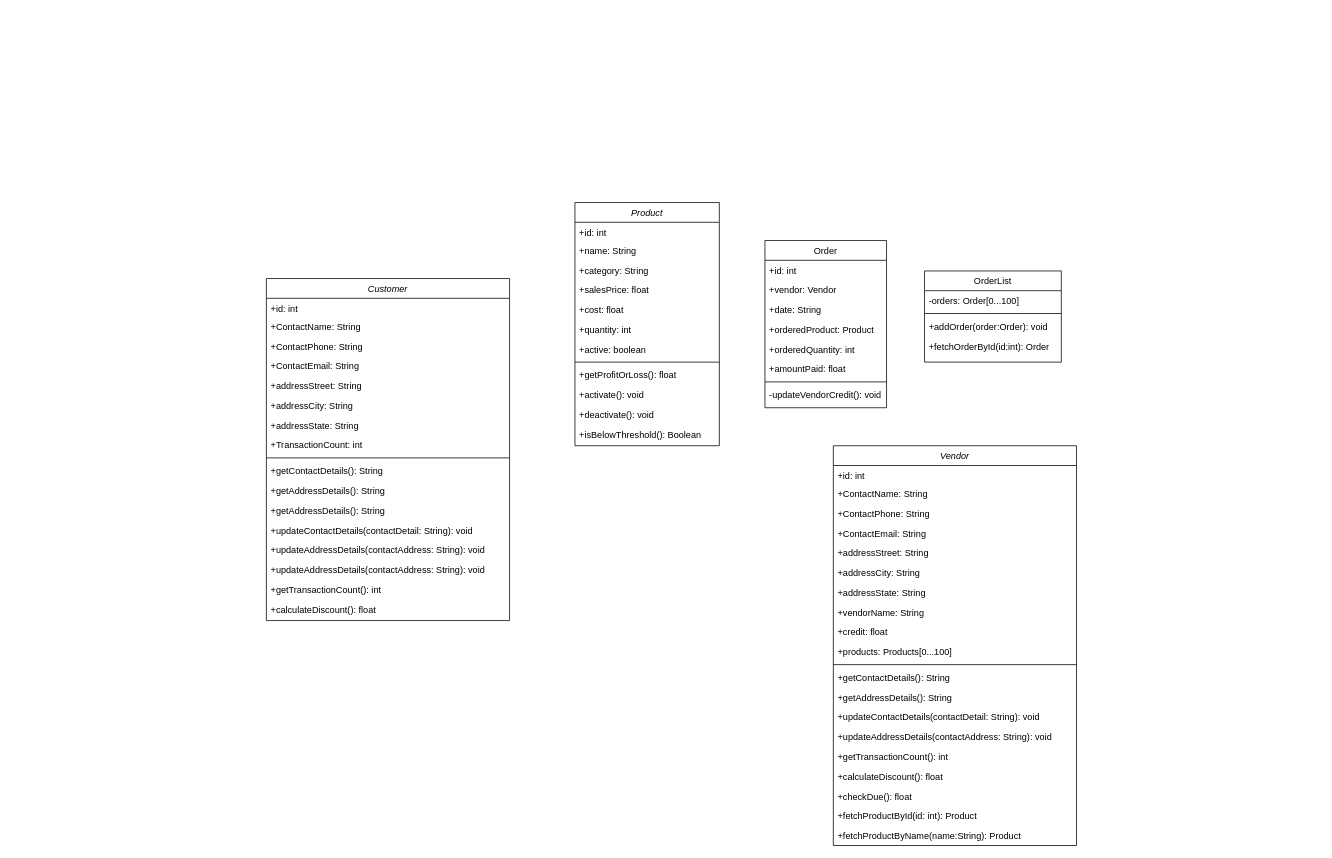
This is Untitled Diagram.drawio from SanjayZeO/IMS, a draw.io file, before an edit. Source tidied: cells renumbered, new cells numbered last; positions are measured from the earlier drawing's top-left corner, leaving out a move shared by most shapes. Both pictures are drawn from the tidied source at 76%, with x=0, y=0 at pixel (266, 202).
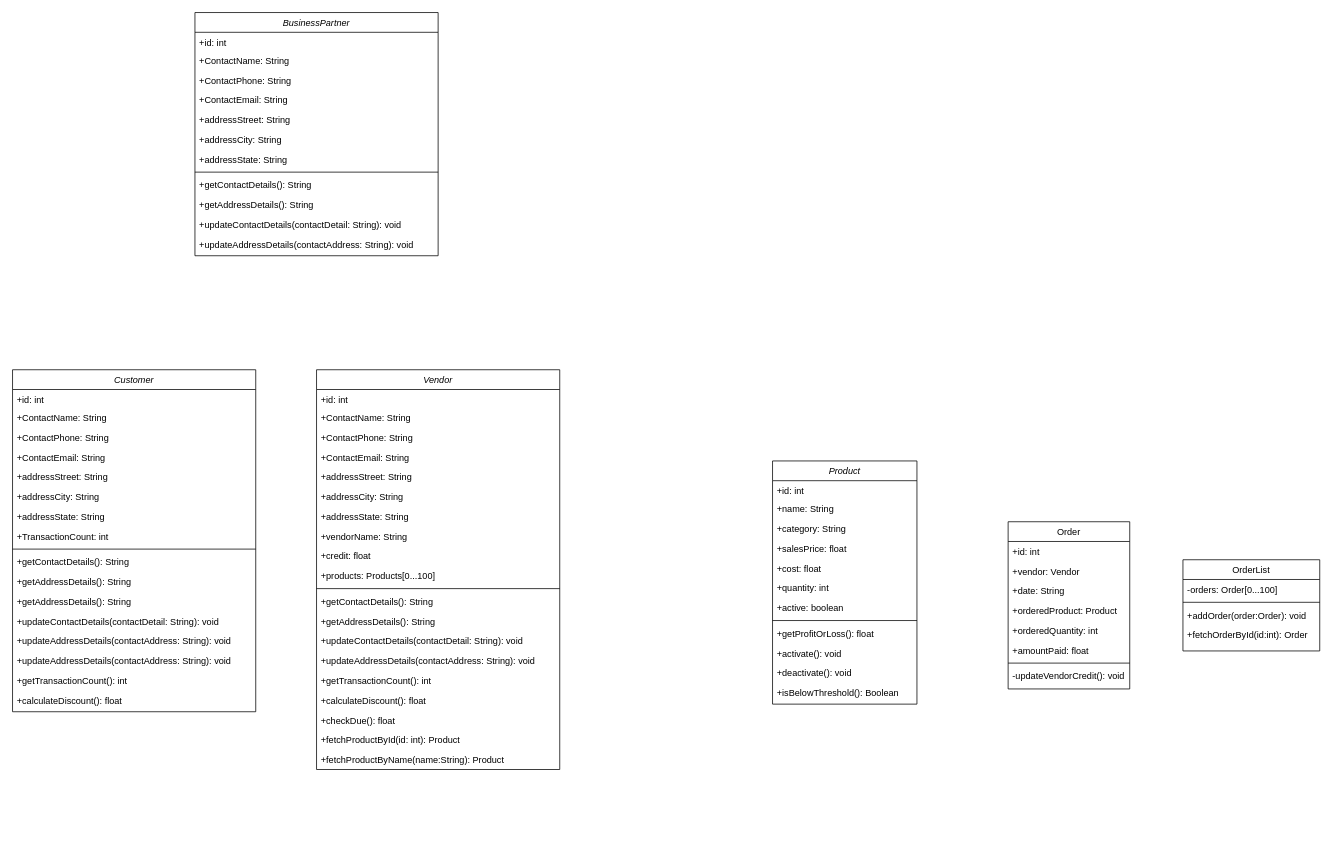
After the change.

The edit, as a diff of the source:
```diff
@@
     <mxCell id="2" value="Customer" style="swimlane;fontStyle=2;align=center;verticalAlign=top;horizontal=1;startSize=26;rounded=0;shadow=0;strokeWidth=1;" parent="1" vertex="1">
-      <mxGeometry y="100" width="320" height="450" as="geometry" />
+      <mxGeometry x="-334" y="220" width="320" height="450" as="geometry" />
     </mxCell>
@@
     <mxCell id="20" value="Order" style="swimlane;fontStyle=0;align=center;verticalAlign=top;horizontal=1;startSize=26;rounded=0;shadow=0;strokeWidth=1;" parent="1" vertex="1">
-      <mxGeometry x="656" y="50" width="160" height="220" as="geometry" />
+      <mxGeometry x="976" y="420" width="160" height="220" as="geometry" />
     </mxCell>
@@
     <mxCell id="29" value="Vendor" style="swimlane;fontStyle=2;align=center;verticalAlign=top;horizontal=1;startSize=26;rounded=0;shadow=0;strokeWidth=1;" parent="1" vertex="1">
-      <mxGeometry x="746" y="320" width="320" height="526" as="geometry" />
+      <mxGeometry x="66" y="220" width="320" height="526" as="geometry" />
     </mxCell>
@@
     <mxCell id="50" value="OrderList" style="swimlane;fontStyle=0;align=center;verticalAlign=top;horizontal=1;startSize=26;rounded=0;shadow=0;strokeWidth=1;" parent="1" vertex="1">
-      <mxGeometry x="866" y="90" width="180" height="120" as="geometry" />
+      <mxGeometry x="1206" y="470" width="180" height="120" as="geometry" />
     </mxCell>
@@
     <mxCell id="55" value="Product" style="swimlane;fontStyle=2;align=center;verticalAlign=top;horizontal=1;startSize=26;rounded=0;shadow=0;strokeWidth=1;" parent="1" vertex="1">
-      <mxGeometry x="406" width="190" height="320" as="geometry" />
+      <mxGeometry x="666" y="340" width="190" height="320" as="geometry" />
     </mxCell>
@@
+    <mxCell id="68" value="BusinessPartner" style="swimlane;fontStyle=2;align=center;verticalAlign=top;horizontal=1;startSize=26;rounded=0;shadow=0;strokeWidth=1;" parent="1" vertex="1">
+      <mxGeometry x="-94" y="-250" width="320" height="320" as="geometry" />
+    </mxCell>
+    <mxCell id="69" value="+id: int" style="text;align=left;verticalAlign=top;spacingLeft=4;spacingRight=4;overflow=hidden;" parent="68" vertex="1">
+      <mxGeometry y="26" width="320" height="24" as="geometry" />
+    </mxCell>
+    <mxCell id="70" value="+ContactName: String" style="text;align=left;verticalAlign=top;spacingLeft=4;spacingRight=4;overflow=hidden;rounded=0;shadow=0;html=0;" parent="68" vertex="1">
+      <mxGeometry y="50" width="320" height="26" as="geometry" />
+    </mxCell>
+    <mxCell id="71" value="+ContactPhone: String" style="text;align=left;verticalAlign=top;spacingLeft=4;spacingRight=4;overflow=hidden;rounded=0;shadow=0;html=0;" parent="68" vertex="1">
+      <mxGeometry y="76" width="320" height="26" as="geometry" />
+    </mxCell>
+    <mxCell id="72" value="+ContactEmail: String" style="text;align=left;verticalAlign=top;spacingLeft=4;spacingRight=4;overflow=hidden;" parent="68" vertex="1">
+      <mxGeometry y="102" width="320" height="26" as="geometry" />
+    </mxCell>
+    <mxCell id="73" value="+addressStreet: String" style="text;align=left;verticalAlign=top;spacingLeft=4;spacingRight=4;overflow=hidden;" parent="68" vertex="1">
+      <mxGeometry y="128" width="320" height="26" as="geometry" />
+    </mxCell>
+    <mxCell id="74" value="+addressCity: String" style="text;align=left;verticalAlign=top;spacingLeft=4;spacingRight=4;overflow=hidden;" parent="68" vertex="1">
+      <mxGeometry y="154" width="320" height="26" as="geometry" />
+    </mxCell>
+    <mxCell id="75" value="+addressState: String" style="text;align=left;verticalAlign=top;spacingLeft=4;spacingRight=4;overflow=hidden;" parent="68" vertex="1">
+      <mxGeometry y="180" width="320" height="26" as="geometry" />
+    </mxCell>
+    <mxCell id="76" style="line;html=1;strokeWidth=1;align=left;verticalAlign=middle;spacingTop=-1;spacingLeft=3;spacingRight=3;labelPosition=right;" parent="68" vertex="1">
+      <mxGeometry y="206" width="320" height="8" as="geometry" />
+    </mxCell>
+    <mxCell id="77" value="+getContactDetails(): String" style="text;align=left;verticalAlign=top;spacingLeft=4;spacingRight=4;overflow=hidden;" parent="68" vertex="1">
+      <mxGeometry y="214" width="320" height="26" as="geometry" />
+    </mxCell>
+    <mxCell id="78" value="+getAddressDetails(): String" style="text;align=left;verticalAlign=top;spacingLeft=4;spacingRight=4;overflow=hidden;" parent="68" vertex="1">
+      <mxGeometry y="240" width="320" height="26" as="geometry" />
+    </mxCell>
+    <mxCell id="79" value="+updateContactDetails(contactDetail: String): void" style="text;align=left;verticalAlign=top;spacingLeft=4;spacingRight=4;overflow=hidden;" parent="68" vertex="1">
+      <mxGeometry y="266" width="320" height="26" as="geometry" />
+    </mxCell>
+    <mxCell id="80" value="+updateAddressDetails(contactAddress: String): void" style="text;align=left;verticalAlign=top;spacingLeft=4;spacingRight=4;overflow=hidden;" parent="68" vertex="1">
+      <mxGeometry y="292" width="320" height="26" as="geometry" />
+    </mxCell>
```
